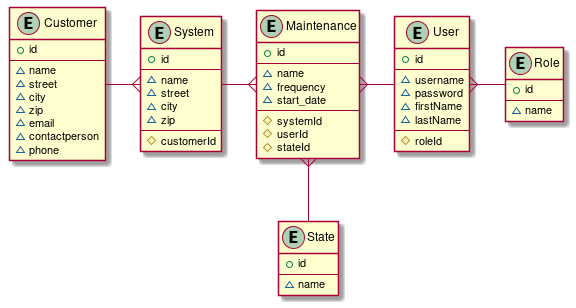
The PlantUML diagram docs/database/schema.png in Kluddizz/maintenance-server, before a commit.
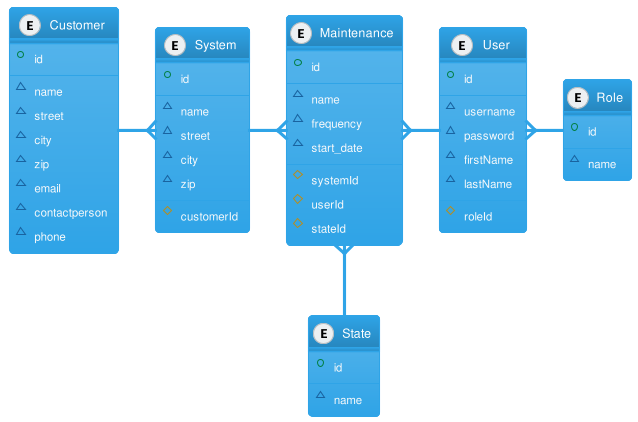
Later version of the same file.

Commit message:
Update UML diagram of database.

Diff of the diagram source:
```diff
@@ -1,4 +1,5 @@
 @startuml
+!includeurl https://raw.githubusercontent.com/bschwarz/puml-themes/master/themes/cerulean/puml-theme-cerulean.puml
 
 entity User {
   +id
```
